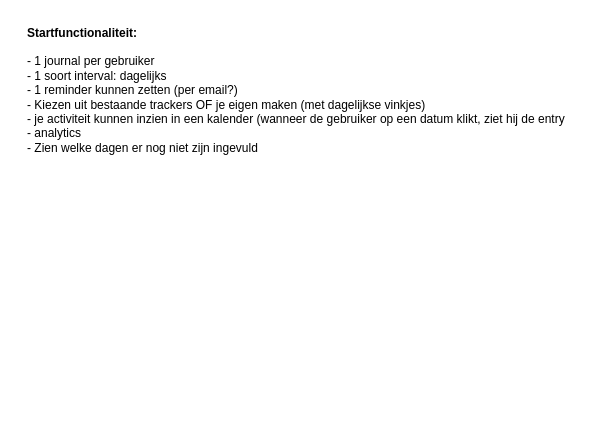
Above: page "Notes" (5 of 5) of Documentation/tracker app.drawio in margotgradina/HabitHare (draw.io), before the change. Source tidied: cells renumbered, new cells numbered last; positions are measured from the earlier drawing's top-left corner, leaving out a move shared by most shapes. Both pictures are drawn from the tidied source at 100%, with x=0, y=0 at pixel (17, 17).
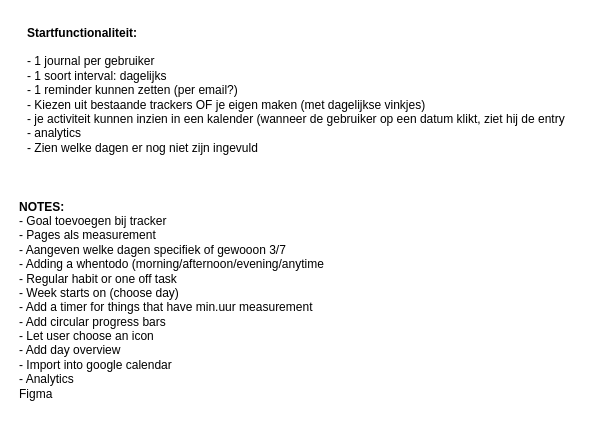
Above is the later version.

Diff of the diagram source:
```diff
@@
 <mxGraphModel>
   <root>
     <mxCell id="0" />
     <mxCell id="1" parent="0" />
     <mxCell id="2" value="&lt;div style=&quot;text-align: left;&quot;&gt;&lt;b style=&quot;background-color: initial;&quot;&gt;Startfunctionaliteit:&amp;nbsp;&lt;/b&gt;&lt;/div&gt;&lt;div style=&quot;text-align: left;&quot;&gt;&lt;br&gt;&lt;/div&gt;&lt;div style=&quot;text-align: left;&quot;&gt;&lt;span style=&quot;background-color: initial;&quot;&gt;- 1 journal per gebruiker&lt;/span&gt;&lt;/div&gt;&lt;div style=&quot;text-align: left;&quot;&gt;&lt;span style=&quot;background-color: initial;&quot;&gt;- 1 soort interval: dagelijks&lt;/span&gt;&lt;/div&gt;&lt;div style=&quot;text-align: left;&quot;&gt;&lt;span style=&quot;background-color: initial;&quot;&gt;- 1 reminder kunnen zetten (per email?)&lt;/span&gt;&lt;/div&gt;&lt;div style=&quot;text-align: left;&quot;&gt;&lt;span style=&quot;background-color: initial;&quot;&gt;- Kiezen uit bestaande trackers OF je eigen maken (met dagelijkse vinkjes)&lt;/span&gt;&lt;/div&gt;&lt;div style=&quot;text-align: left;&quot;&gt;&lt;span style=&quot;background-color: initial;&quot;&gt;- je activiteit kunnen inzien in een kalender (wanneer de gebruiker op een datum klikt, ziet hij de entry&amp;nbsp;&lt;/span&gt;&lt;/div&gt;&lt;div style=&quot;text-align: left;&quot;&gt;&lt;span style=&quot;background-color: initial;&quot;&gt;- analytics&amp;nbsp;&lt;/span&gt;&lt;/div&gt;&lt;div style=&quot;text-align: left;&quot;&gt;&lt;span style=&quot;background-color: initial;&quot;&gt;- Zien welke dagen er nog niet zijn ingevuld&lt;/span&gt;&lt;/div&gt;&lt;div style=&quot;text-align: left;&quot;&gt;&lt;span style=&quot;background-color: initial;&quot;&gt;&lt;br&gt;&lt;/span&gt;&lt;/div&gt;" style="text;html=1;align=center;verticalAlign=middle;strokeColor=none;fillColor=none;" parent="1" vertex="1">
       <mxGeometry width="560" height="160" as="geometry" />
     </mxCell>
+    <mxCell id="3" value="&lt;div style=&quot;&quot;&gt;&lt;b&gt;NOTES:&lt;/b&gt;&lt;/div&gt;&lt;div style=&quot;&quot;&gt;- Goal toevoegen bij tracker&amp;nbsp;&lt;/div&gt;&lt;div style=&quot;&quot;&gt;- Pages als measurement&lt;/div&gt;&lt;div style=&quot;&quot;&gt;- Aangeven welke dagen specifiek of gewooon 3/7&lt;/div&gt;&lt;div style=&quot;&quot;&gt;- Adding a whentodo (morning/afternoon/evening/anytime&lt;/div&gt;&lt;div style=&quot;&quot;&gt;- Regular habit or one off task&lt;/div&gt;&lt;div style=&quot;&quot;&gt;- Week starts on (choose day)&lt;/div&gt;&lt;div style=&quot;&quot;&gt;- Add a timer for things that have min.uur measurement&lt;/div&gt;&lt;div style=&quot;&quot;&gt;- Add circular progress bars&lt;/div&gt;&lt;div style=&quot;&quot;&gt;- Let user choose an icon&lt;/div&gt;&lt;div style=&quot;&quot;&gt;- Add day overview&lt;/div&gt;&lt;div style=&quot;&quot;&gt;- Import into google calendar&lt;/div&gt;&lt;div style=&quot;&quot;&gt;- Analytics&lt;/div&gt;&lt;div style=&quot;&quot;&gt;Figma&lt;/div&gt;&lt;div style=&quot;&quot;&gt;&lt;br&gt;&lt;/div&gt;" style="text;html=1;align=left;verticalAlign=middle;strokeColor=none;fillColor=none;" parent="1" vertex="1">
+      <mxGeometry y="175" width="330" height="230" as="geometry" />
+    </mxCell>
   </root>
 </mxGraphModel>
```
